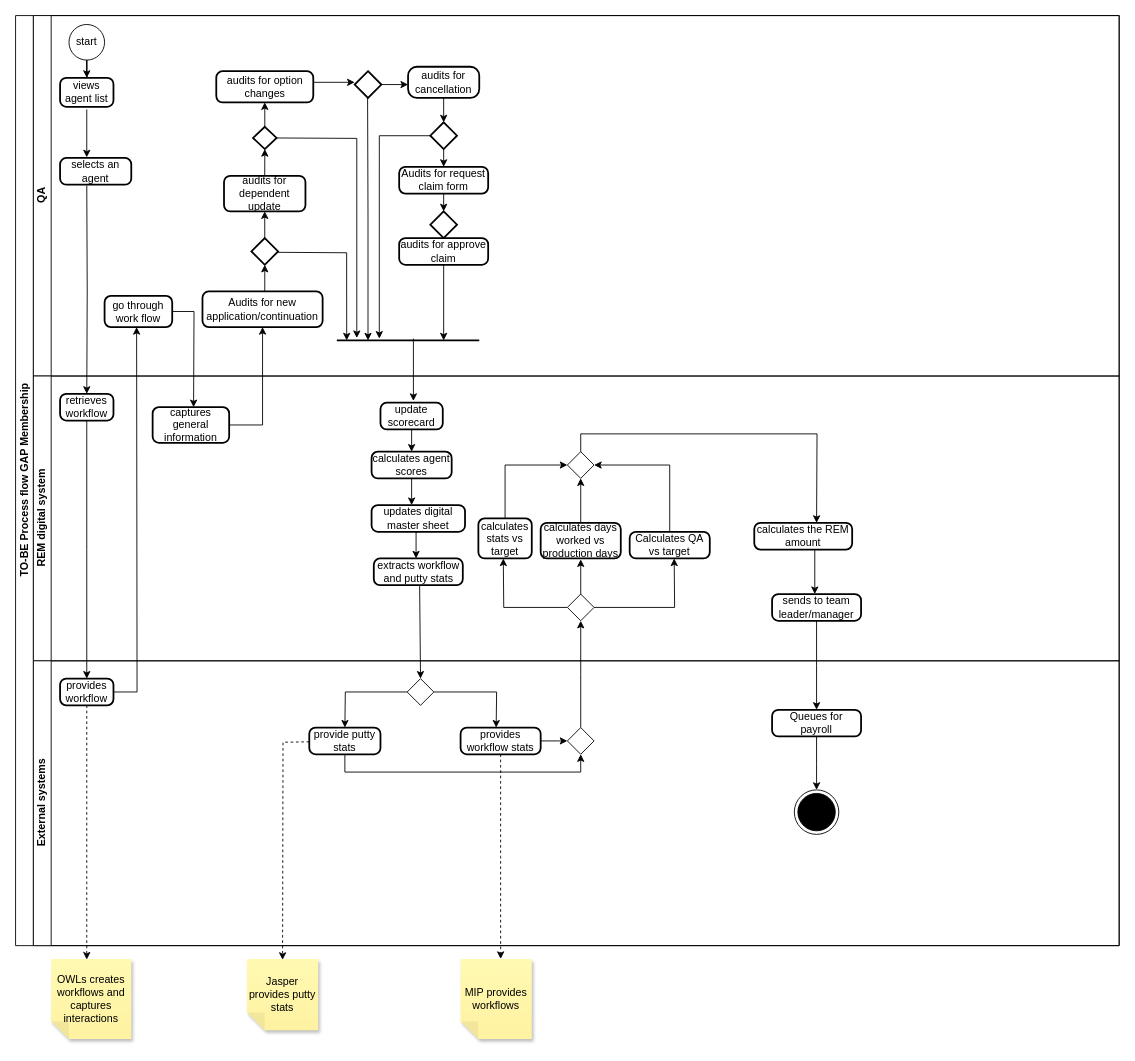
Above: GAPmembership.drawio in TJ-Kwetsane1993/Thato (draw.io), before the change. Source tidied: cells renumbered, new cells numbered last; positions are measured from the earlier drawing's top-left corner, leaving out a move shared by most shapes. Both pictures are drawn from the tidied source at 89%, with x=0, y=0 at pixel (15, 15).
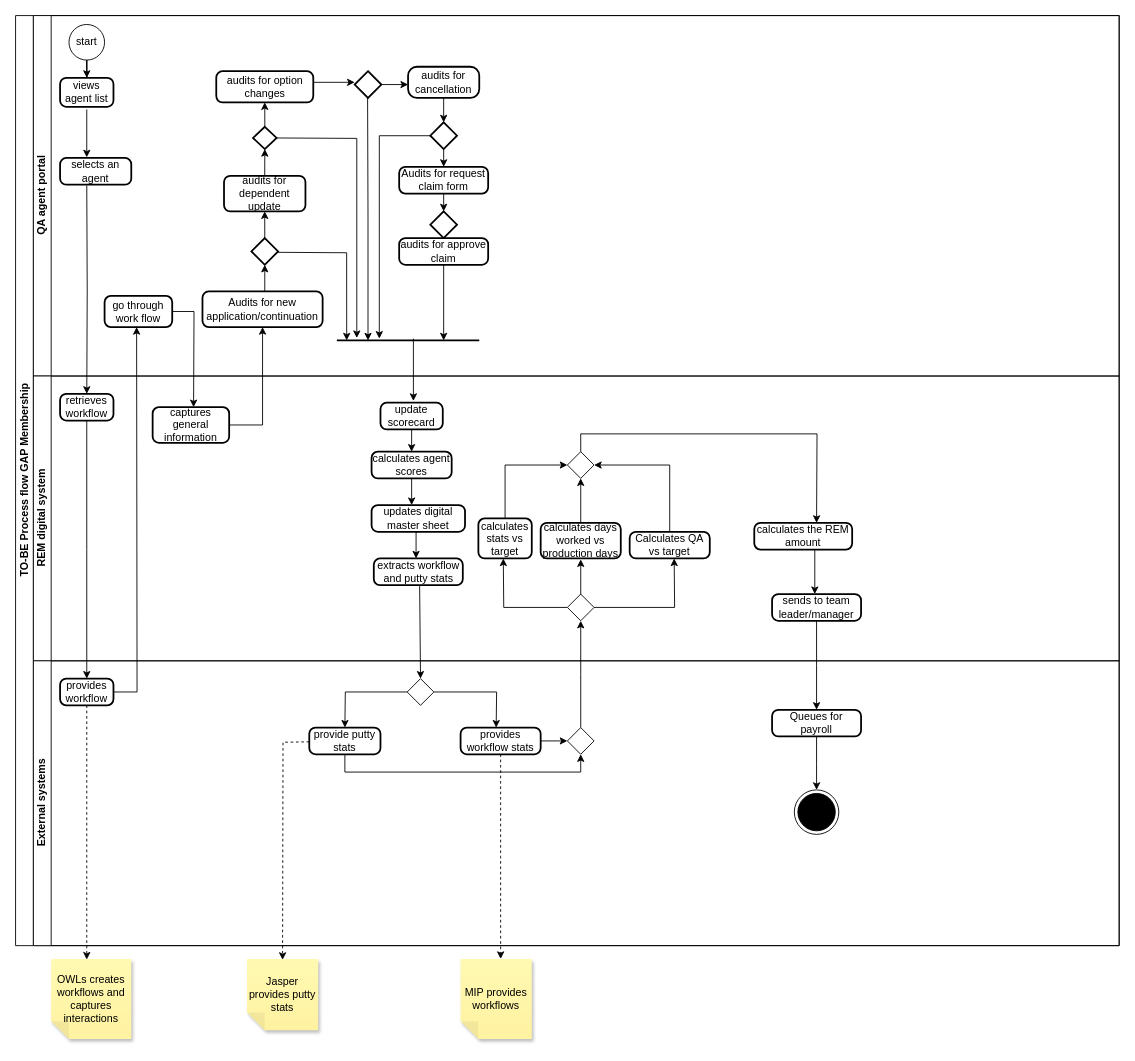
The same page after the edit.

The change refers to these unchanged cells:
```xml
<mxCell id="2" value="TO-BE Process flow GAP Membership" style="swimlane;html=1;horizontal=0;startSize=20;" parent="1" vertex="1">
  <mxGeometry width="1240" height="1045" as="geometry" />
</mxCell>
```

The edit, as a diff of the source:
```diff
@@
-    <mxCell id="3" value="QA" style="swimlane;html=1;startSize=20;horizontal=0;" parent="2" vertex="1">
+    <mxCell id="3" value="QA agent portal" style="swimlane;html=1;startSize=20;horizontal=0;" parent="2" vertex="1">
       <mxGeometry x="20" width="1220" height="405" as="geometry" />
     </mxCell>
```
